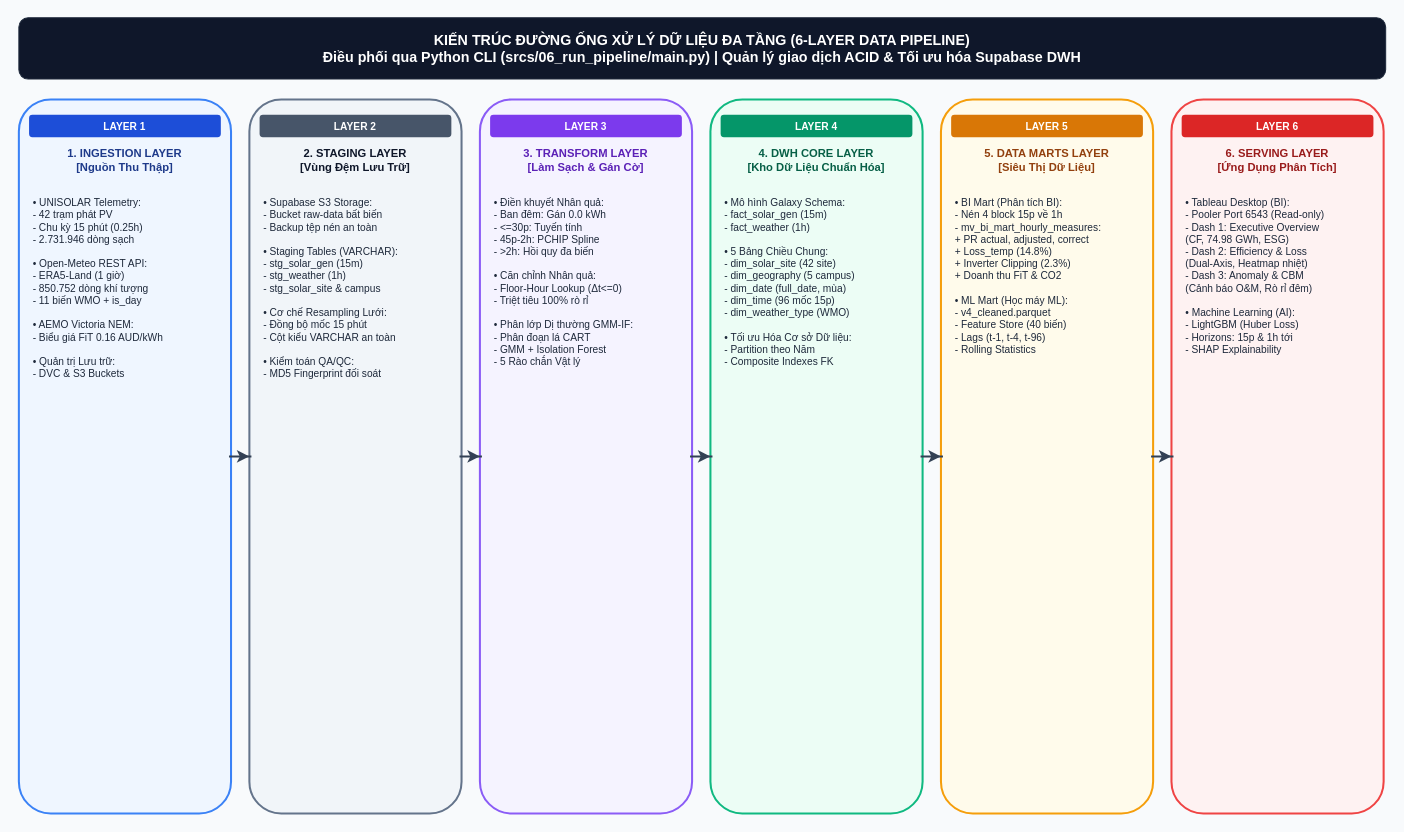
The draw.io diagram reports/diagrams/diagram_3_1_pipeline_architecture.drawio in nguyenvunhut/solar-engergy, before the edit. Source tidied: cells renumbered, new cells numbered last; positions are measured from the earlier drawing's top-left corner, leaving out a move shared by most shapes. Both pictures are drawn from the tidied source at 102%, with x=0, y=0 at pixel (18, 17).
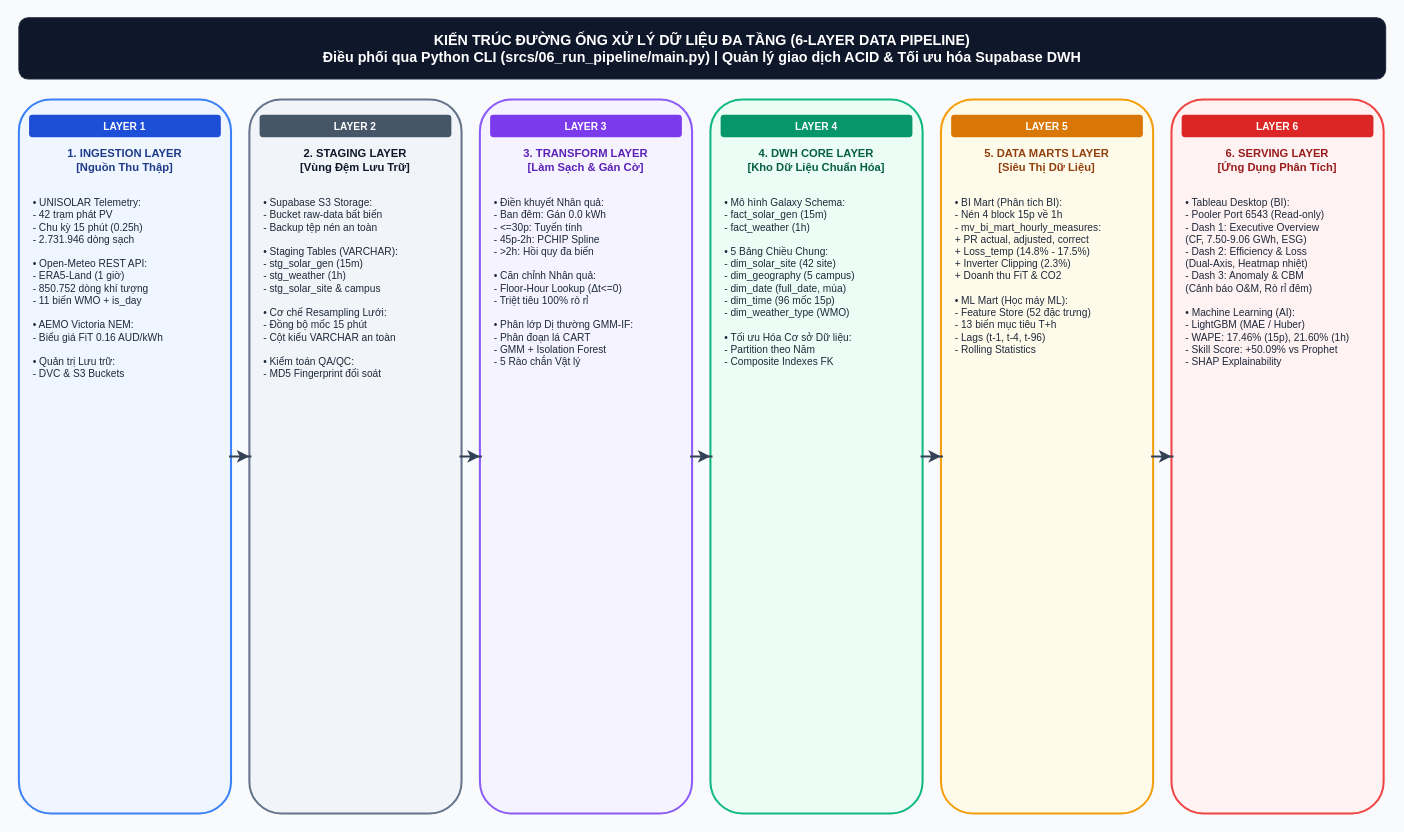
Above is the later version.

Commit message (it also covers changes not shown here):
docs(reports): [SCRUM-8] cap nhat so do kien truc pipeline va so lieu machine learning moi nhat

The edit, as a diff of the source:
```diff
@@
-    <mxCell id="22" value="• BI Mart (Phân tích BI):&#10;  - Nén 4 block 15p về 1h&#10;  - mv_bi_mart_hourly_measures:&#10;    + PR actual, adjusted, correct&#10;    + Loss_temp (14.8%)&#10;    + Inverter Clipping (2.3%)&#10;    + Doanh thu FiT &amp; CO2&#10;&#10;• ML Mart (Học máy ML):&#10;  - v4_cleaned.parquet&#10;  - Feature Store (40 biến)&#10;  - Lags (t-1, t-4, t-96)&#10;  - Rolling Statistics" style="text;html=1;strokeColor=none;fillColor=none;align=left;verticalAlign=top;whiteSpace=wrap;rounded=0;fontSize=10;fontColor=#1E293B;spacingTop=4;" parent="1" vertex="1">
+    <mxCell id="22" value="• BI Mart (Phân tích BI):&#10;  - Nén 4 block 15p về 1h&#10;  - mv_bi_mart_hourly_measures:&#10;    + PR actual, adjusted, correct&#10;    + Loss_temp (14.8% - 17.5%)&#10;    + Inverter Clipping (2.3%)&#10;    + Doanh thu FiT &amp; CO2&#10;&#10;• ML Mart (Học máy ML):&#10;  - Feature Store (52 đặc trưng)&#10;  - 13 biến mục tiêu T+h&#10;  - Lags (t-1, t-4, t-96)&#10;  - Rolling Statistics" style="text;html=1;strokeColor=none;fillColor=none;align=left;verticalAlign=top;whiteSpace=wrap;rounded=0;fontSize=10;fontColor=#1E293B;spacingTop=4;" parent="1" vertex="1">
       <mxGeometry x="916" y="165" width="184" height="505" as="geometry" />
     </mxCell>
@@
-    <mxCell id="26" value="• Tableau Desktop (BI):&#10;  - Pooler Port 6543 (Read-only)&#10;  - Dash 1: Executive Overview&#10;    (CF, 74.98 GWh, ESG)&#10;  - Dash 2: Efficiency &amp; Loss&#10;    (Dual-Axis, Heatmap nhiệt)&#10;  - Dash 3: Anomaly &amp; CBM&#10;    (Cảnh báo O&amp;M, Rò rỉ đêm)&#10;&#10;• Machine Learning (AI):&#10;  - LightGBM (Huber Loss)&#10;  - Horizons: 15p &amp; 1h tới&#10;  - SHAP Explainability" style="text;html=1;strokeColor=none;fillColor=none;align=left;verticalAlign=top;whiteSpace=wrap;rounded=0;fontSize=10;fontColor=#1E293B;spacingTop=4;" parent="1" vertex="1">
+    <mxCell id="26" value="• Tableau Desktop (BI):&#10;  - Pooler Port 6543 (Read-only)&#10;  - Dash 1: Executive Overview&#10;    (CF, 7.50-9.06 GWh, ESG)&#10;  - Dash 2: Efficiency &amp; Loss&#10;    (Dual-Axis, Heatmap nhiệt)&#10;  - Dash 3: Anomaly &amp; CBM&#10;    (Cảnh báo O&amp;M, Rò rỉ đêm)&#10;&#10;• Machine Learning (AI):&#10;  - LightGBM (MAE / Huber)&#10;  - WAPE: 17.46% (15p), 21.60% (1h)&#10;  - Skill Score: +50.09% vs Prophet&#10;  - SHAP Explainability" style="text;html=1;strokeColor=none;fillColor=none;align=left;verticalAlign=top;whiteSpace=wrap;rounded=0;fontSize=10;fontColor=#1E293B;spacingTop=4;" parent="1" vertex="1">
       <mxGeometry x="1142" y="165" width="184" height="505" as="geometry" />
     </mxCell>
```
